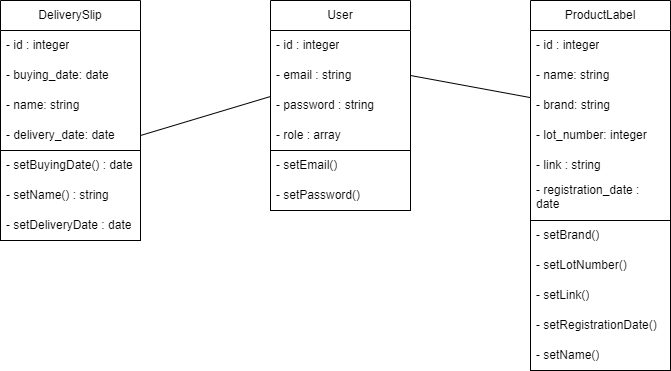
Pbourgeois62/starter--appliWeb-symfo keeps this draw.io diagram as docs/class-diagram.drawio.png. Above is the earlier version. Source tidied: cells renumbered, new cells last; positions are measured from the earlier drawing's top-left corner, leaving out a move shared by most shapes.
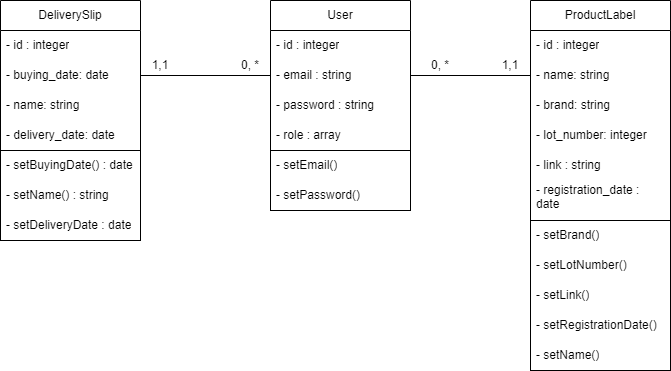
Above is the later version.

Commit message:
edit class diagram

The edit, as a diff of the source:
```diff
@@ -74,10 +74,10 @@
     <mxCell id="25" value="- setName()" style="text;strokeColor=none;fillColor=none;align=left;verticalAlign=middle;spacingLeft=4;spacingRight=4;overflow=hidden;whiteSpace=wrap;html=1;" parent="12" vertex="1">
       <mxGeometry y="340" width="140" height="30" as="geometry" />
     </mxCell>
-    <mxCell id="26" style="endArrow=none;html=1;exitX=1;exitY=0.5;exitDx=0;exitDy=0;" parent="1" edge="1" source="10" target="28">
+    <mxCell id="26" style="endArrow=none;html=1;exitX=1;exitY=0.5;exitDx=0;exitDy=0;" parent="1" edge="1" source="8" target="28">
       <mxGeometry relative="1" as="geometry" />
     </mxCell>
-    <mxCell id="27" style="endArrow=none;html=1;exitX=1;exitY=0.5;exitDx=0;exitDy=0;" parent="1" edge="1" source="33" target="15">
+    <mxCell id="27" style="endArrow=none;html=1;exitX=1;exitY=0.5;exitDx=0;exitDy=0;entryX=0;entryY=0.5;entryDx=0;entryDy=0;" parent="1" edge="1" source="33" target="21">
       <mxGeometry relative="1" as="geometry" />
     </mxCell>
     <mxCell id="28" value="User" style="swimlane;fontStyle=0;horizontal=1;startSize=30;whiteSpace=wrap;html=1;" parent="1" vertex="1">
@@ -104,5 +104,17 @@
     <mxCell id="35" value="- role : array" style="text;strokeColor=none;fillColor=none;align=left;verticalAlign=middle;spacingLeft=4;spacingRight=4;overflow=hidden;whiteSpace=wrap;html=1;" parent="1" vertex="1">
       <mxGeometry x="270" y="120" width="140" height="30" as="geometry" />
     </mxCell>
+    <mxCell id="36" value="1,1" style="text;html=1;strokeColor=none;fillColor=none;align=center;verticalAlign=middle;whiteSpace=wrap;rounded=0;" parent="1" vertex="1">
+      <mxGeometry x="130" y="50" width="60" height="30" as="geometry" />
+    </mxCell>
+    <mxCell id="37" value="0, *" style="text;html=1;strokeColor=none;fillColor=none;align=center;verticalAlign=middle;whiteSpace=wrap;rounded=0;" parent="1" vertex="1">
+      <mxGeometry x="220" y="50" width="60" height="30" as="geometry" />
+    </mxCell>
+    <mxCell id="38" value="1,1" style="text;html=1;strokeColor=none;fillColor=none;align=center;verticalAlign=middle;whiteSpace=wrap;rounded=0;" parent="1" vertex="1">
+      <mxGeometry x="480" y="50" width="60" height="30" as="geometry" />
+    </mxCell>
+    <mxCell id="39" value="0, *" style="text;html=1;strokeColor=none;fillColor=none;align=center;verticalAlign=middle;whiteSpace=wrap;rounded=0;" parent="1" vertex="1">
+      <mxGeometry x="410" y="50" width="60" height="30" as="geometry" />
+    </mxCell>
   </root>
 </mxGraphModel>
```
